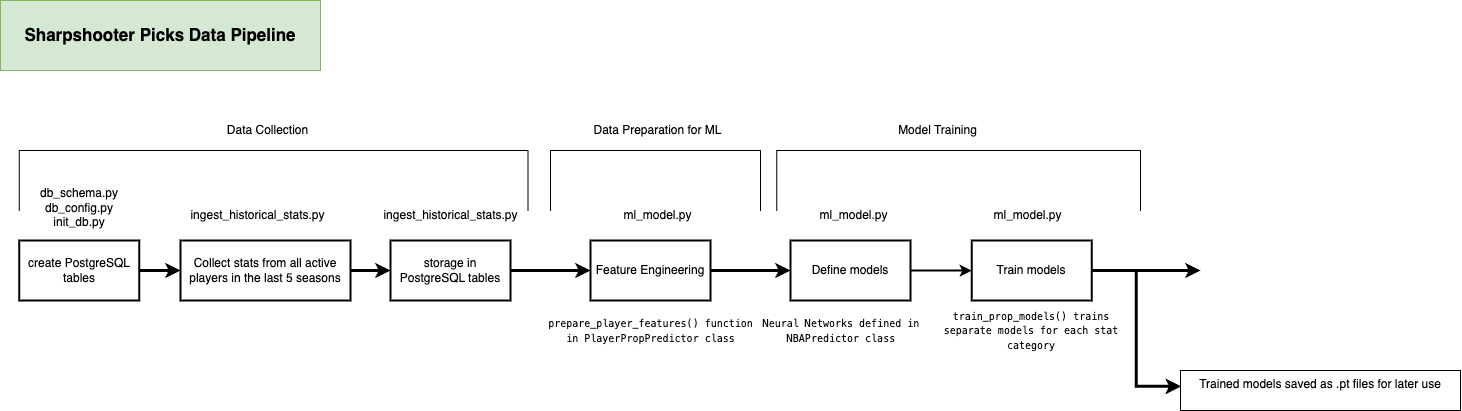
Above: notes/images/SharpshooterPicks-data-pipeline.drawio.png in ANDREW-Li-33/sharpshooter-picks (draw.io), before the change. Source tidied: cells renumbered, new cells last; positions are measured from the earlier drawing's top-left corner, leaving out a move shared by most shapes.
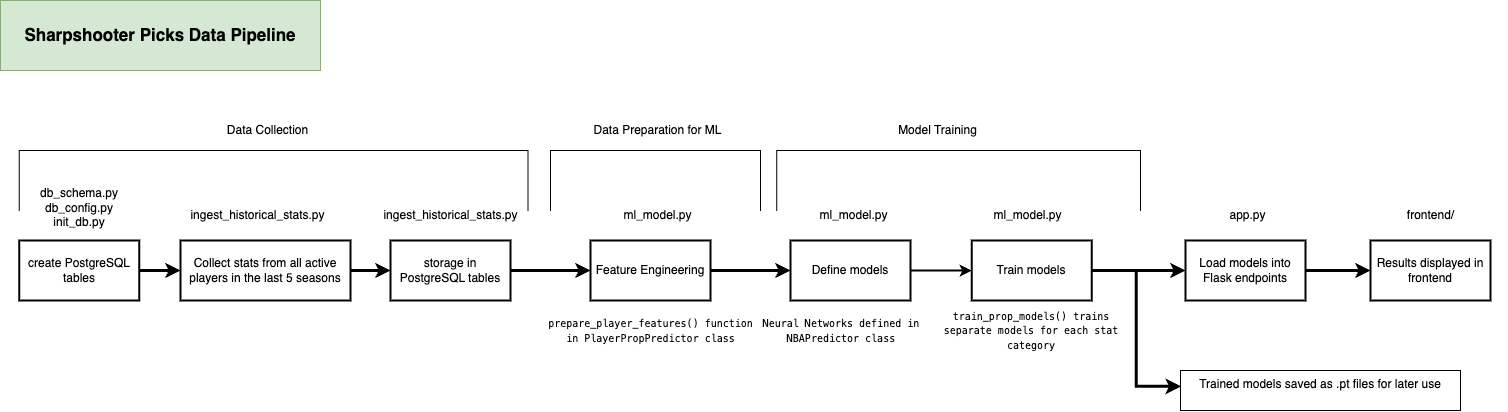
Later version of the same file.

Commit message:
updated data pipeline visualization

What changed in the source:
```diff
@@ -77,10 +77,8 @@
     <mxCell id="26" value="&lt;font style=&quot;font-size: 10px;&quot; face=&quot;monospace&quot;&gt;train_prop_models() trains separate models for each stat category&lt;/font&gt;" style="text;html=1;align=center;verticalAlign=middle;whiteSpace=wrap;rounded=0;" parent="1" vertex="1">
       <mxGeometry x="936.2" y="310" width="190" height="40" as="geometry" />
     </mxCell>
-    <mxCell id="27" style="edgeStyle=orthogonalEdgeStyle;rounded=0;jettySize=auto;html=1;exitX=1;exitY=0.5;exitDx=0;exitDy=0;strokeWidth=3;" parent="1" edge="1" source="28">
-      <mxGeometry relative="1" as="geometry">
-        <mxPoint x="1200" y="270" as="targetPoint" />
-      </mxGeometry>
+    <mxCell id="27" style="edgeStyle=orthogonalEdgeStyle;rounded=0;jettySize=auto;html=1;exitX=1;exitY=0.5;exitDx=0;exitDy=0;strokeWidth=3;entryX=0;entryY=0.5;entryDx=0;entryDy=0;" parent="1" edge="1" source="28" target="39">
+      <mxGeometry relative="1" as="geometry" />
     </mxCell>
     <mxCell id="28" value="Train models" style="rounded=0;whiteSpace=wrap;html=1;strokeWidth=2;" parent="1" vertex="1">
       <mxGeometry x="971.2" y="240" width="120" height="60" as="geometry" />
@@ -112,5 +110,20 @@
     <mxCell id="37" value="&lt;b&gt;&lt;font style=&quot;font-size: 17px;&quot;&gt;Sharpshooter Picks Data Pipeline&lt;/font&gt;&lt;/b&gt;" style="rounded=0;whiteSpace=wrap;html=1;fillColor=#d5e8d4;strokeColor=#82b366;" parent="1" vertex="1">
       <mxGeometry width="320" height="70" as="geometry" />
     </mxCell>
+    <mxCell id="38" style="edgeStyle=orthogonalEdgeStyle;rounded=0;jettySize=auto;html=1;exitX=1;exitY=0.5;exitDx=0;exitDy=0;entryX=0;entryY=0.5;entryDx=0;entryDy=0;strokeWidth=3;" parent="1" edge="1" source="39" target="41">
+      <mxGeometry relative="1" as="geometry" />
+    </mxCell>
+    <mxCell id="39" value="Load models into Flask endpoints" style="rounded=0;whiteSpace=wrap;html=1;strokeWidth=2;" parent="1" vertex="1">
+      <mxGeometry x="1185" y="240" width="120" height="60" as="geometry" />
+    </mxCell>
+    <mxCell id="40" value="app.py" style="text;html=1;align=center;verticalAlign=middle;whiteSpace=wrap;rounded=0;" parent="1" vertex="1">
+      <mxGeometry x="1170" y="200" width="155" height="30" as="geometry" />
+    </mxCell>
+    <mxCell id="41" value="Results displayed in frontend" style="rounded=0;whiteSpace=wrap;html=1;strokeWidth=2;" parent="1" vertex="1">
+      <mxGeometry x="1370" y="240" width="120" height="60" as="geometry" />
+    </mxCell>
+    <mxCell id="42" value="frontend/" style="text;html=1;align=center;verticalAlign=middle;whiteSpace=wrap;rounded=0;" parent="1" vertex="1">
+      <mxGeometry x="1352.5" y="200" width="155" height="30" as="geometry" />
+    </mxCell>
   </root>
 </mxGraphModel>
```
